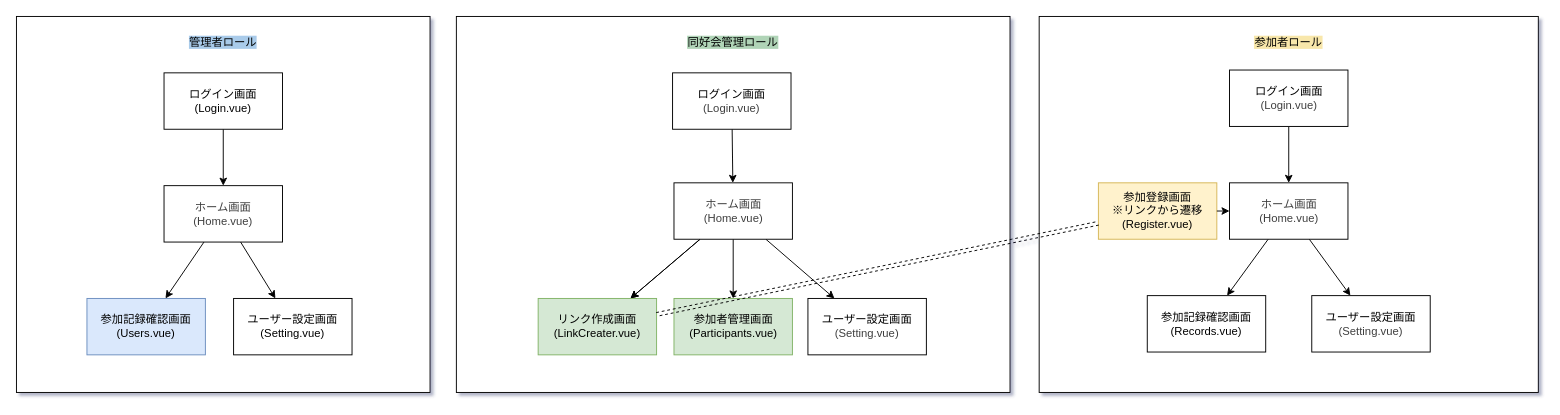
Earlier version of the draw.io diagram document/遷移図/遷移図.drawio (kondo-akihiro-git/project-Tornado-ClubLog). Source tidied: cells renumbered, new cells numbered last; positions are measured from the earlier drawing's top-left corner, leaving out a move shared by most shapes. Both pictures are drawn from the tidied source at 94%, with x=0, y=0 at pixel (16, 16).
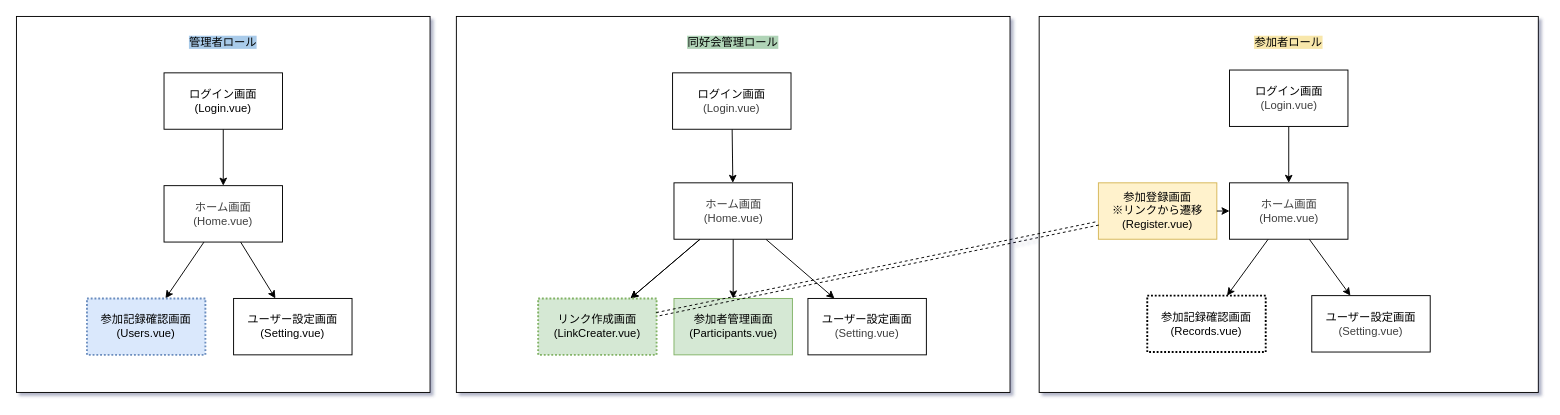
After the change.

Diff of the diagram source:
```diff
@@
-    <mxCell id="11" value="リンク作成画面&lt;br&gt;(LinkCreater.vue)" style="rounded=0;whiteSpace=wrap;html=1;fillColor=#d5e8d4;strokeColor=#82b366;" parent="1" vertex="1">
+    <mxCell id="11" value="リンク作成画面&lt;br&gt;(LinkCreater.vue)" style="rounded=0;whiteSpace=wrap;html=1;fillColor=#d5e8d4;strokeColor=#82b366;dashed=1;dashPattern=1 1;strokeWidth=2;" parent="1" vertex="1">
       <mxGeometry x="555" y="300" width="126" height="60" as="geometry" />
     </mxCell>
@@
-    <mxCell id="30" value="&lt;div&gt;&lt;span style=&quot;background-color: transparent;&quot;&gt;参加記録確認画面&lt;br&gt;(Records.vue)&lt;/span&gt;&lt;/div&gt;" style="rounded=0;whiteSpace=wrap;html=1;" parent="1" vertex="1">
+    <mxCell id="30" value="&lt;div&gt;&lt;span style=&quot;background-color: transparent;&quot;&gt;参加記録確認画面&lt;br&gt;(Records.vue)&lt;/span&gt;&lt;/div&gt;" style="rounded=0;whiteSpace=wrap;html=1;dashed=1;strokeWidth=2;dashPattern=1 1;" parent="1" vertex="1">
       <mxGeometry x="1203" y="297" width="126" height="60" as="geometry" />
     </mxCell>
-    <mxCell id="31" value="&lt;div&gt;&lt;span style=&quot;background-color: transparent;&quot;&gt;参加記録確認画面&lt;br&gt;(Users.vue)&lt;/span&gt;&lt;/div&gt;" style="rounded=0;whiteSpace=wrap;html=1;fillColor=#dae8fc;strokeColor=#6c8ebf;" parent="1" vertex="1">
+    <mxCell id="31" value="&lt;div&gt;&lt;span style=&quot;background-color: transparent;&quot;&gt;参加記録確認画面&lt;br&gt;(Users.vue)&lt;/span&gt;&lt;/div&gt;" style="rounded=0;whiteSpace=wrap;html=1;fillColor=#dae8fc;strokeColor=#6c8ebf;dashed=1;dashPattern=1 1;strokeWidth=2;" parent="1" vertex="1">
       <mxGeometry x="75" y="300" width="126" height="60" as="geometry" />
     </mxCell>
```
